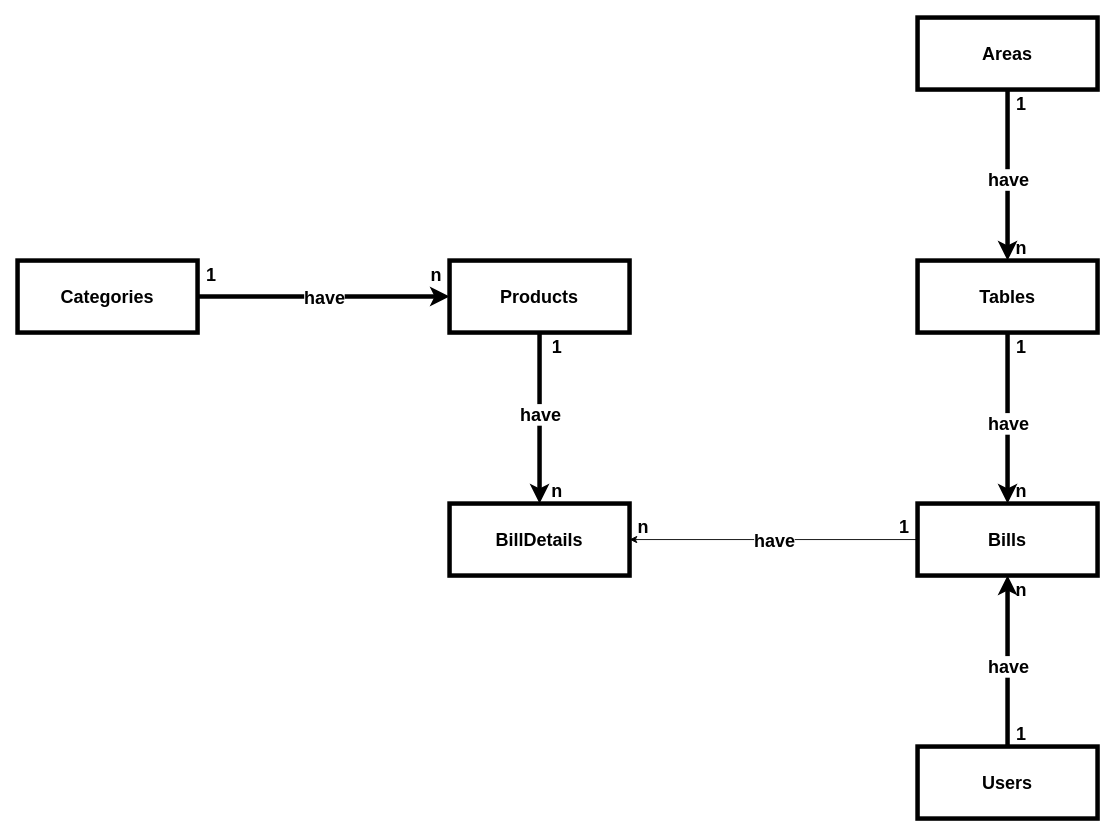
anhnmt/java-coffee-shop-management keeps this draw.io diagram as document/so_do_quan_he_thuc_the.drawio. Above is the earlier version. Source tidied: cells renumbered, new cells numbered last; positions are measured from the earlier drawing's top-left corner, leaving out a move shared by most shapes. Both pictures are drawn from the tidied source at 90%, with x=0, y=0 at pixel (17, 17).
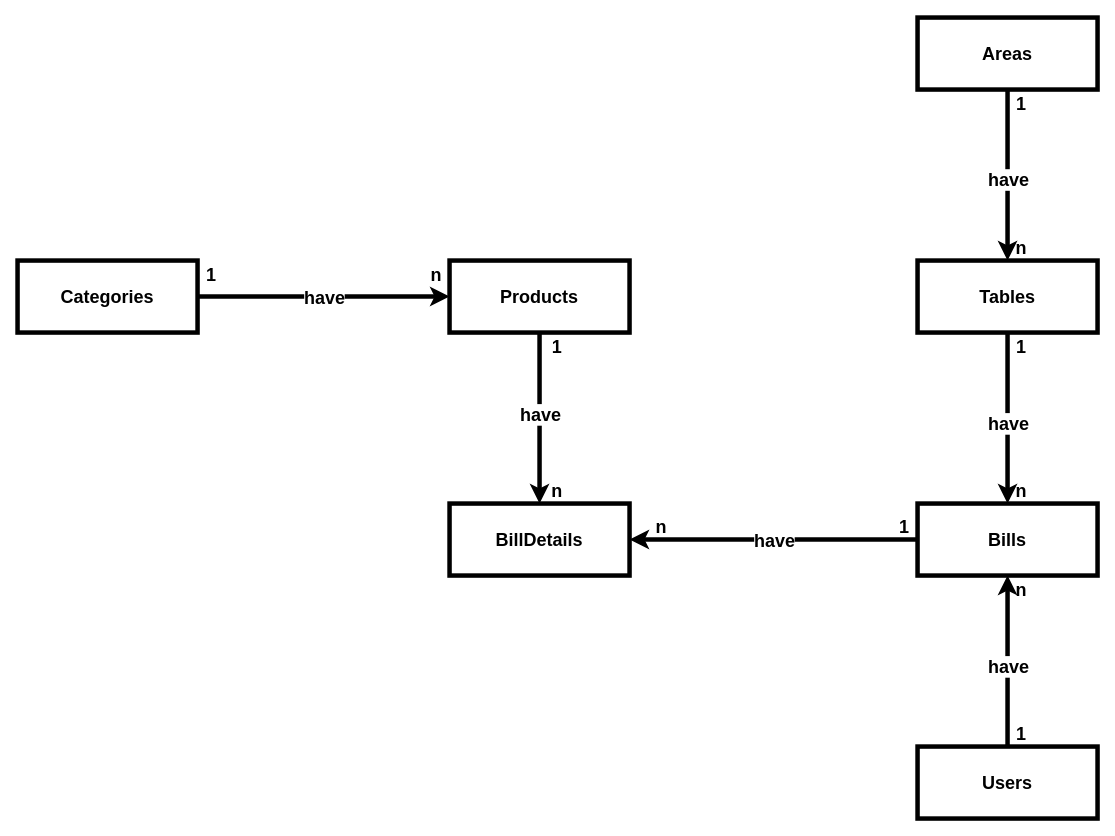
After the change.

Unchanged cells that the change refers to:
```xml
<mxCell id="19" value="Bills" style="rounded=0;whiteSpace=wrap;html=1;strokeWidth=5;fontSize=20;fontStyle=1;" parent="1" vertex="1">
  <mxGeometry x="1000" y="540" width="200" height="80" as="geometry" />
</mxCell>
<mxCell id="20" value="BillDetails" style="rounded=0;whiteSpace=wrap;html=1;strokeWidth=5;fontSize=20;fontStyle=1;" parent="1" vertex="1">
  <mxGeometry x="480" y="540" width="200" height="80" as="geometry" />
</mxCell>
```

Change to the diagram source:
```diff
@@
-    <mxCell id="17" style="edgeStyle=orthogonalEdgeStyle;rounded=0;jettySize=auto;html=1;entryX=1;entryY=0.5;entryDx=0;entryDy=0;fontSize=20;fontStyle=1;" parent="1" edge="1" source="19" target="20">
+    <mxCell id="17" style="edgeStyle=orthogonalEdgeStyle;rounded=0;jettySize=auto;html=1;entryX=1;entryY=0.5;entryDx=0;entryDy=0;fontSize=20;fontStyle=1;strokeWidth=5;" parent="1" edge="1" source="19" target="20">
       <mxGeometry relative="1" as="geometry" />
     </mxCell>
@@
     <mxCell id="26" value="n" style="text;html=1;align=center;verticalAlign=middle;fontSize=20;fontStyle=1;" parent="1" vertex="1">
-      <mxGeometry x="680" y="550" width="30" height="30" as="geometry" />
+      <mxGeometry x="700" y="550" width="30" height="30" as="geometry" />
     </mxCell>
```
